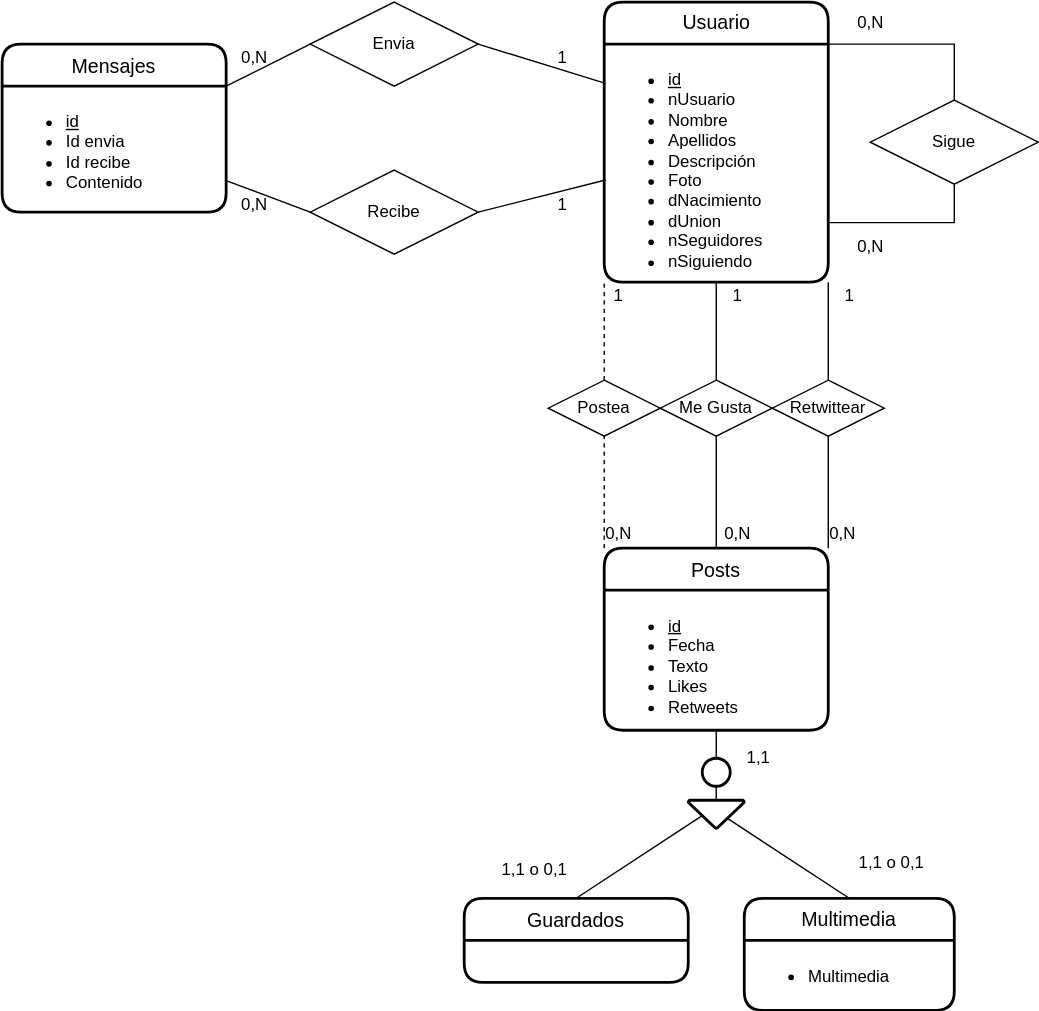
The draw.io diagram UD12-16.svg in Jimxx22/C3-UD11-UML, before a commit. Source tidied: cells renumbered, new cells last; positions are measured from the earlier drawing's top-left corner, leaving out a move shared by most shapes.
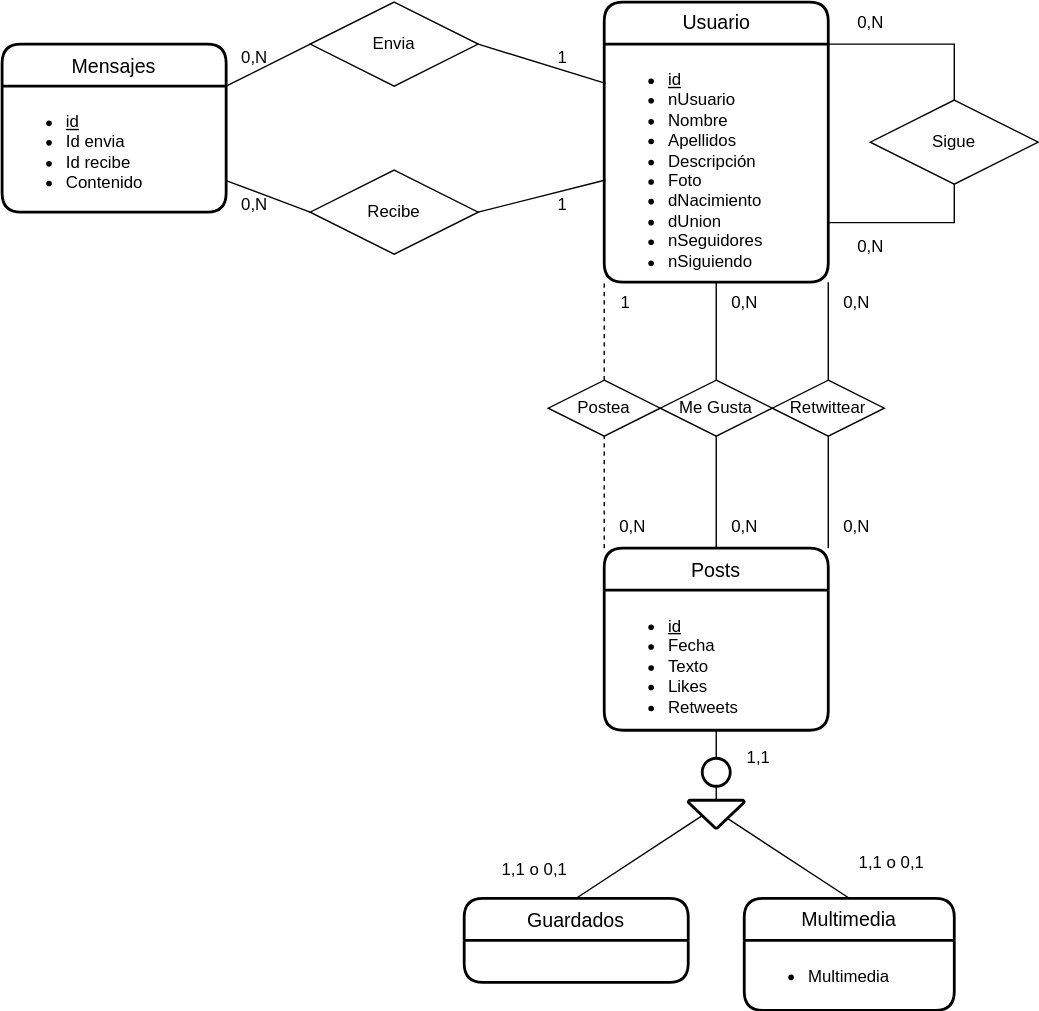
After the commit.

Change to the diagram source:
```diff
@@ -133,22 +133,22 @@
       <mxGeometry x="600" y="600" width="70" height="30" as="geometry" />
     </mxCell>
     <mxCell id="44" value="1" style="text;html=1;align=center;verticalAlign=middle;strokeColor=none;fillColor=none;" parent="1" vertex="1">
-      <mxGeometry x="425" y="195" width="30" height="30" as="geometry" />
+      <mxGeometry x="430" y="200" width="30" height="30" as="geometry" />
     </mxCell>
     <mxCell id="45" value="0,N" style="text;html=1;align=center;verticalAlign=middle;strokeColor=none;fillColor=none;" parent="1" vertex="1">
-      <mxGeometry x="420" y="365" width="40" height="30" as="geometry" />
+      <mxGeometry x="430" y="360" width="40" height="30" as="geometry" />
     </mxCell>
-    <mxCell id="46" value="1" style="text;html=1;align=center;verticalAlign=middle;strokeColor=none;fillColor=none;" parent="1" vertex="1">
-      <mxGeometry x="510" y="195" width="30" height="30" as="geometry" />
+    <mxCell id="46" value="0,N" style="text;html=1;align=center;verticalAlign=middle;strokeColor=none;fillColor=none;" parent="1" vertex="1">
+      <mxGeometry x="510" y="200" width="40" height="30" as="geometry" />
     </mxCell>
-    <mxCell id="47" value="1" style="text;html=1;align=center;verticalAlign=middle;strokeColor=none;fillColor=none;" parent="1" vertex="1">
-      <mxGeometry x="590" y="195" width="30" height="30" as="geometry" />
+    <mxCell id="47" value="0,N" style="text;html=1;align=center;verticalAlign=middle;strokeColor=none;fillColor=none;" parent="1" vertex="1">
+      <mxGeometry x="590" y="200" width="40" height="30" as="geometry" />
     </mxCell>
     <mxCell id="48" value="0,N" style="text;html=1;align=center;verticalAlign=middle;strokeColor=none;fillColor=none;" parent="1" vertex="1">
-      <mxGeometry x="505" y="365" width="40" height="30" as="geometry" />
+      <mxGeometry x="510" y="360" width="40" height="30" as="geometry" />
     </mxCell>
     <mxCell id="49" value="0,N" style="text;html=1;align=center;verticalAlign=middle;strokeColor=none;fillColor=none;" parent="1" vertex="1">
-      <mxGeometry x="580" y="365" width="40" height="30" as="geometry" />
+      <mxGeometry x="590" y="360" width="40" height="30" as="geometry" />
     </mxCell>
   </root>
 </mxGraphModel>
```
